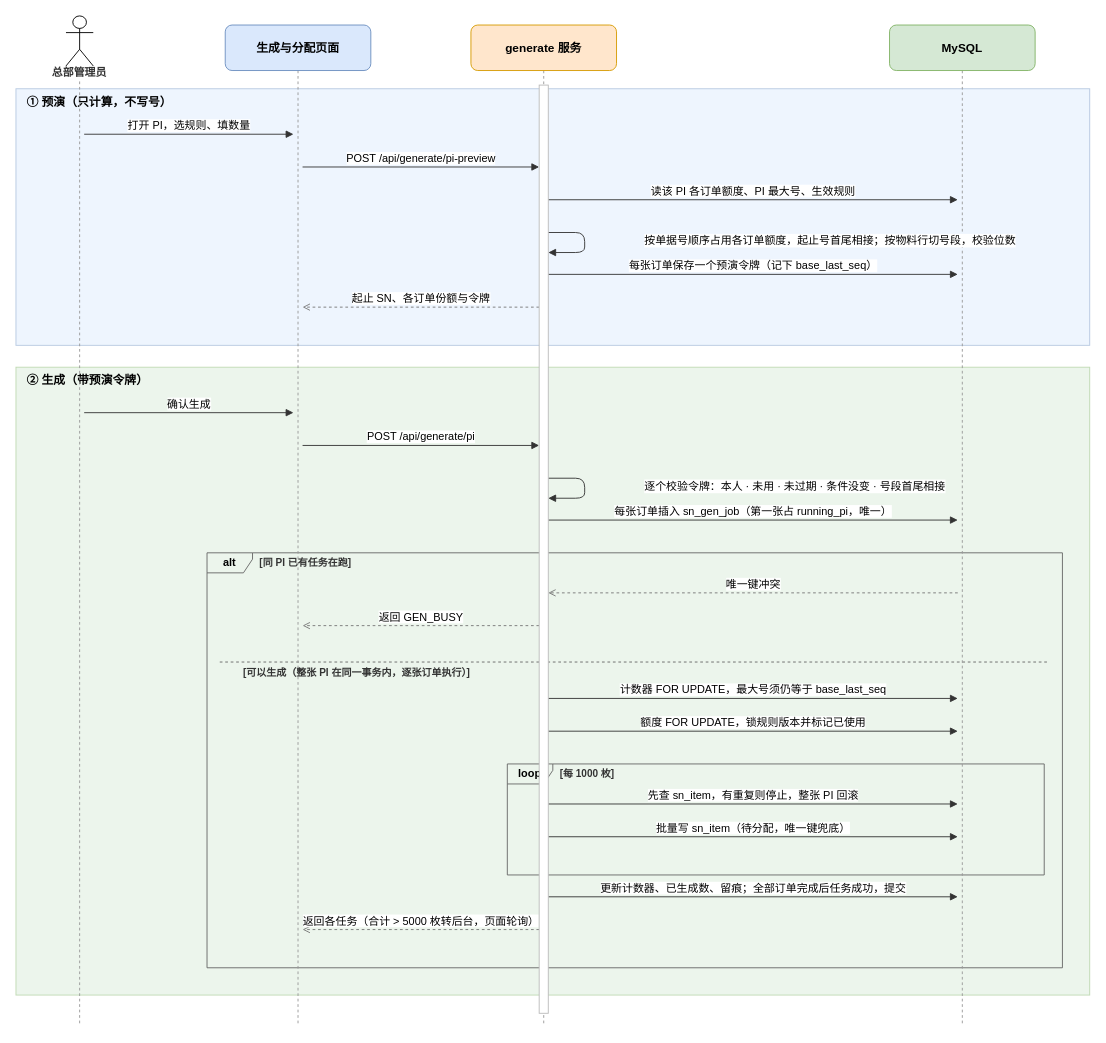
This is docs/images/系统技术方案/fig3-1-generate-seq.drawio from Createsnow/sn-center, a draw.io file, before an edit. Source tidied: cells renumbered, new cells numbered last; positions are measured from the earlier drawing's top-left corner, leaving out a move shared by most shapes. Both pictures are drawn from the tidied source at 91%, with x=0, y=0 at pixel (15, 15).
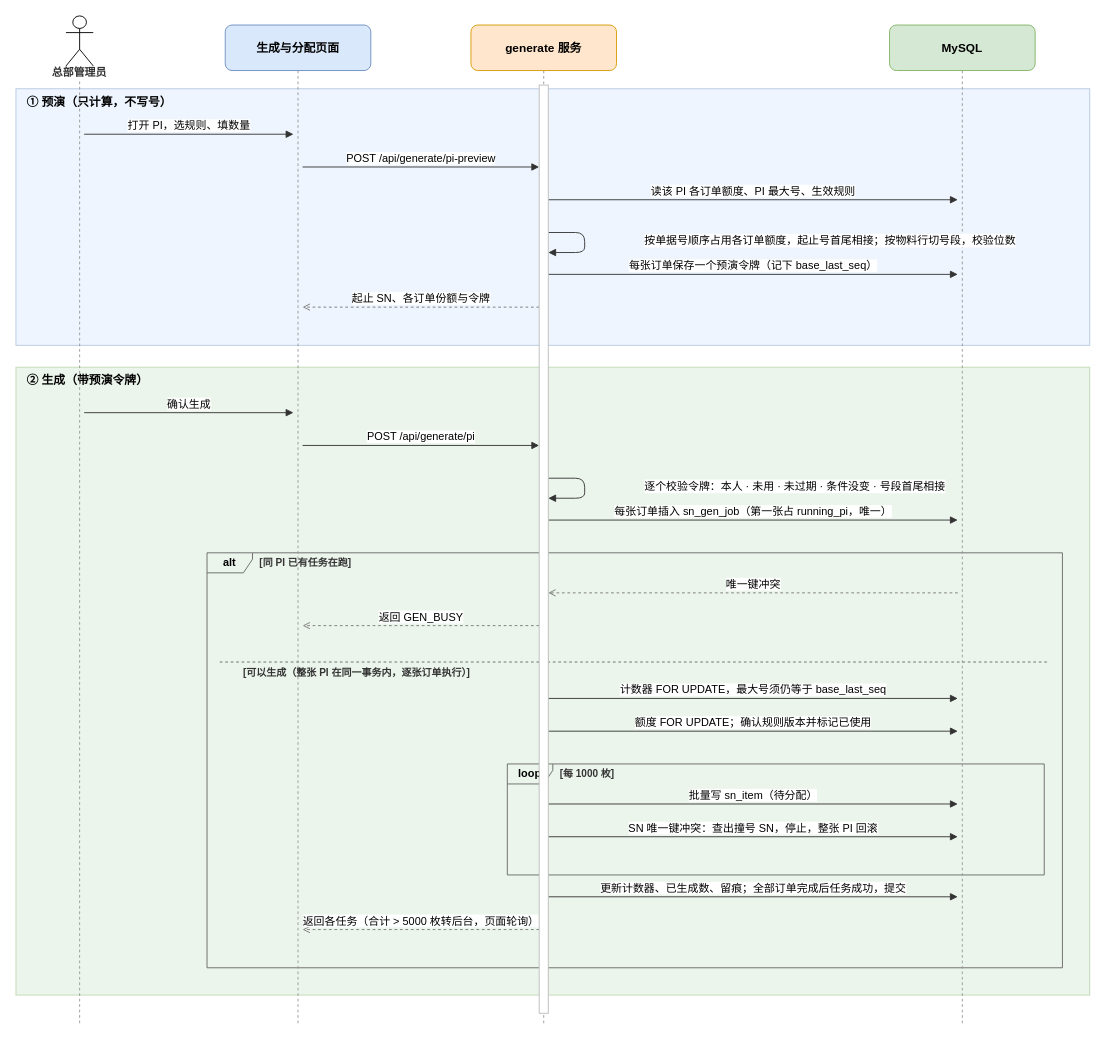
The same page after the edit.

Diff of the diagram source:
```diff
@@
-    <mxCell id="24" value="额度 FOR UPDATE，锁规则版本并标记已使用" style="html=1;endArrow=block;endFill=1;strokeColor=#333333;fontSize=12;labelBackgroundColor=#ffffff;verticalAlign=bottom;fontFamily=Microsoft YaHei,PingFang SC,Helvetica,Arial,WenQuanYi Zen Hei,sans-serif;" parent="1" edge="1">
+    <mxCell id="24" value="额度 FOR UPDATE；确认规则版本并标记已使用" style="html=1;endArrow=block;endFill=1;strokeColor=#333333;fontSize=12;labelBackgroundColor=#ffffff;verticalAlign=bottom;fontFamily=Microsoft YaHei,PingFang SC,Helvetica,Arial,WenQuanYi Zen Hei,sans-serif;" parent="1" edge="1">
       <mxGeometry relative="1" as="geometry">
         <mxPoint x="585" y="786" as="sourcePoint" />
         <mxPoint x="1035" y="786" as="targetPoint" />
       </mxGeometry>
     </mxCell>
-    <mxCell id="25" value="先查 sn_item，有重复则停止，整张 PI 回滚" style="html=1;endArrow=block;endFill=1;strokeColor=#333333;fontSize=12;labelBackgroundColor=#ffffff;verticalAlign=bottom;fontFamily=Microsoft YaHei,PingFang SC,Helvetica,Arial,WenQuanYi Zen Hei,sans-serif;" parent="1" edge="1">
+    <mxCell id="25" value="批量写 sn_item（待分配）" style="html=1;endArrow=block;endFill=1;strokeColor=#333333;fontSize=12;labelBackgroundColor=#ffffff;verticalAlign=bottom;fontFamily=Microsoft YaHei,PingFang SC,Helvetica,Arial,WenQuanYi Zen Hei,sans-serif;" parent="1" edge="1">
       <mxGeometry relative="1" as="geometry">
         <mxPoint x="585" y="866" as="sourcePoint" />
         <mxPoint x="1035" y="866" as="targetPoint" />
       </mxGeometry>
     </mxCell>
-    <mxCell id="26" value="批量写 sn_item（待分配，唯一键兜底）" style="html=1;endArrow=block;endFill=1;strokeColor=#333333;fontSize=12;labelBackgroundColor=#ffffff;verticalAlign=bottom;fontFamily=Microsoft YaHei,PingFang SC,Helvetica,Arial,WenQuanYi Zen Hei,sans-serif;" parent="1" edge="1">
+    <mxCell id="26" value="SN 唯一键冲突：查出撞号 SN，停止，整张 PI 回滚" style="html=1;endArrow=block;endFill=1;strokeColor=#333333;fontSize=12;labelBackgroundColor=#ffffff;verticalAlign=bottom;fontFamily=Microsoft YaHei,PingFang SC,Helvetica,Arial,WenQuanYi Zen Hei,sans-serif;" parent="1" edge="1">
       <mxGeometry relative="1" as="geometry">
         <mxPoint x="585" y="902" as="sourcePoint" />
         <mxPoint x="1035" y="902" as="targetPoint" />
       </mxGeometry>
     </mxCell>
```
